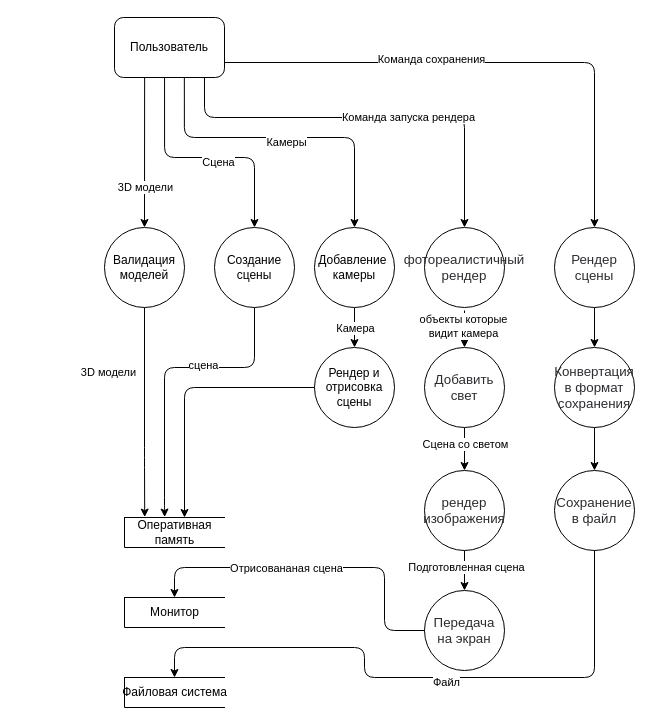
Above: scheme/DFD.drawio in Win-Dox/geekbrain (draw.io), before the change. Source tidied: cells renumbered, new cells numbered last; positions are measured from the earlier drawing's top-left corner, leaving out a move shared by most shapes. Both pictures are drawn from the tidied source at 100%, with x=0, y=0 at pixel (104, 17).
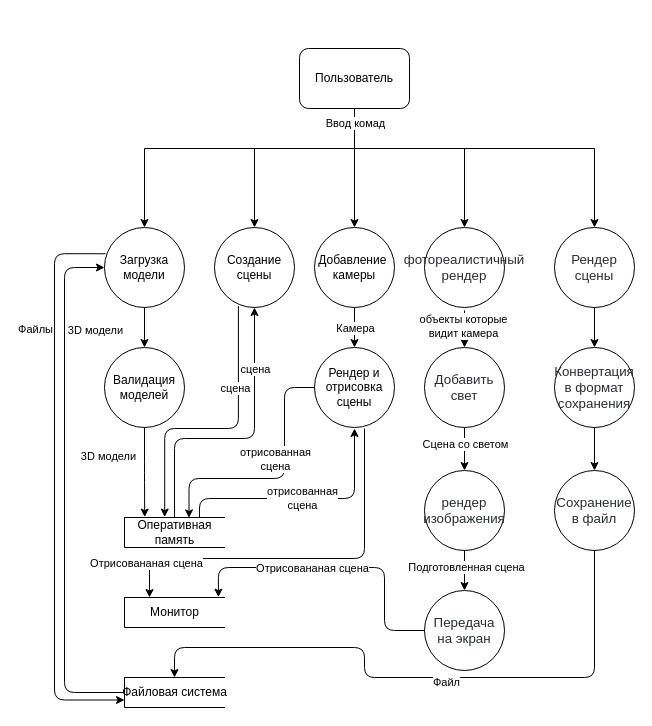
Above is the later version.

The change refers to these unchanged cells:
```xml
<mxCell id="6" value="Оперативная &lt;br&gt;память" style="html=1;dashed=0;whitespace=wrap;shape=partialRectangle;right=0;" parent="1" vertex="1">
  <mxGeometry x="20" y="500" width="100" height="30" as="geometry" />
</mxCell>
<mxCell id="9" value="Создание сцены" style="ellipse;whiteSpace=wrap;html=1;" parent="1" vertex="1">
  <mxGeometry x="110" y="210" width="80" height="80" as="geometry" />
</mxCell>
<mxCell id="16" value="Добавление&amp;nbsp;&lt;br&gt;камеры" style="ellipse;whiteSpace=wrap;html=1;" parent="1" vertex="1">
  <mxGeometry x="210" y="210" width="80" height="80" as="geometry" />
</mxCell>
<mxCell id="19" value="Рендер и отрисовка сцены" style="ellipse;whiteSpace=wrap;html=1;" parent="1" vertex="1">
  <mxGeometry x="210" y="330" width="80" height="80" as="geometry" />
</mxCell>
<mxCell id="21" value="&lt;span id=&quot;docs-internal-guid-ef79cbc3-7fff-ce16-20e4-2f86682c8ff4&quot;&gt;&lt;span style=&quot;font-size: 10pt ; font-family: &amp;#34;arial&amp;#34; ; color: rgb(44 , 45 , 48) ; background-color: transparent ; vertical-align: baseline&quot;&gt;фотореалистичный рендер&lt;/span&gt;&lt;/span&gt;" style="ellipse;whiteSpace=wrap;html=1;" parent="1" vertex="1">
  <mxGeometry x="320" y="210" width="80" height="80" as="geometry" />
</mxCell>
<mxCell id="30" value="&lt;font color=&quot;#2c2d30&quot; face=&quot;arial&quot;&gt;&lt;span style=&quot;font-size: 13.3333px&quot;&gt;Передача на экран&lt;/span&gt;&lt;/font&gt;" style="ellipse;whiteSpace=wrap;html=1;" parent="1" vertex="1">
  <mxGeometry x="320" y="573" width="80" height="80" as="geometry" />
</mxCell>
<mxCell id="33" value="Монитор" style="html=1;dashed=0;whitespace=wrap;shape=partialRectangle;right=0;" parent="1" vertex="1">
  <mxGeometry x="20" y="580" width="100" height="30" as="geometry" />
</mxCell>
<mxCell id="36" value="Файловая система" style="html=1;dashed=0;whitespace=wrap;shape=partialRectangle;right=0;" parent="1" vertex="1">
  <mxGeometry x="20" y="660" width="100" height="30" as="geometry" />
</mxCell>
<mxCell id="37" value="&lt;span id=&quot;docs-internal-guid-ef79cbc3-7fff-ce16-20e4-2f86682c8ff4&quot;&gt;&lt;span style=&quot;font-size: 10pt ; font-family: &amp;#34;arial&amp;#34; ; color: rgb(44 , 45 , 48) ; background-color: transparent ; vertical-align: baseline&quot;&gt;Рендер сцены&lt;/span&gt;&lt;/span&gt;" style="ellipse;whiteSpace=wrap;html=1;" parent="1" vertex="1">
  <mxGeometry x="450" y="210" width="80" height="80" as="geometry" />
</mxCell>
```

Change to the diagram source:
```diff
@@
     <mxCell id="2" value="Валидация моделей" style="ellipse;whiteSpace=wrap;html=1;" parent="1" vertex="1">
-      <mxGeometry y="210" width="80" height="80" as="geometry" />
+      <mxGeometry y="330" width="80" height="80" as="geometry" />
     </mxCell>
     <mxCell id="3" value="Пользователь" style="rounded=1;whiteSpace=wrap;html=1;" parent="1" vertex="1">
-      <mxGeometry x="10" width="110" height="60" as="geometry" />
+      <mxGeometry x="195" y="31" width="110" height="60" as="geometry" />
     </mxCell>
-    <mxCell id="4" style="endArrow=classic;html=1;entryX=0.5;entryY=0;entryDx=0;entryDy=0;exitX=0.274;exitY=1.003;exitDx=0;exitDy=0;exitPerimeter=0;" parent="1" edge="1" source="3" target="2">
-      <mxGeometry relative="1" as="geometry" />
-    </mxCell>
-    <mxCell id="5" value="3D модели" style="edgeLabel;html=1;align=center;verticalAlign=middle;" parent="4" vertex="1">
-      <mxGeometry x="-0.35" y="1" relative="1" as="geometry">
-        <mxPoint x="-1" y="60" as="offset" />
-      </mxGeometry>
-    </mxCell>
@@
-    <mxCell id="7" style="endArrow=classic;html=1;exitX=0.5;exitY=1;exitDx=0;exitDy=0;edgeStyle=orthogonalEdgeStyle;entryX=0.202;entryY=-0.014;entryDx=0;entryDy=0;entryPerimeter=0;" parent="1" edge="1" source="2" target="6">
-      <mxGeometry relative="1" as="geometry">
-        <Array as="points">
-          <mxPoint x="40" y="440" />
-        </Array>
-      </mxGeometry>
+    <mxCell id="7" style="endArrow=classic;html=1;edgeStyle=orthogonalEdgeStyle;entryX=0.202;entryY=-0.014;entryDx=0;entryDy=0;entryPerimeter=0;exitX=0.5;exitY=1;exitDx=0;exitDy=0;" parent="1" edge="1" source="2" target="6">
+      <mxGeometry relative="1" as="geometry" />
     </mxCell>
@@
-    <mxCell id="10" style="endArrow=classic;html=1;entryX=0.5;entryY=0;entryDx=0;entryDy=0;edgeStyle=orthogonalEdgeStyle;exitX=0.455;exitY=1;exitDx=0;exitDy=0;exitPerimeter=0;" parent="1" edge="1" source="3" target="9">
-      <mxGeometry relative="1" as="geometry">
-        <Array as="points">
-          <mxPoint x="60" y="140" />
-          <mxPoint x="150" y="140" />
-        </Array>
-      </mxGeometry>
-    </mxCell>
-    <mxCell id="11" value="Сцена" style="edgeLabel;html=1;align=center;verticalAlign=middle;" parent="10" vertex="1">
-      <mxGeometry x="0.1" y="-4" relative="1" as="geometry">
-        <mxPoint x="1" as="offset" />
-      </mxGeometry>
-    </mxCell>
-    <mxCell id="12" style="endArrow=classic;html=1;edgeStyle=orthogonalEdgeStyle;entryX=0.402;entryY=-0.015;entryDx=0;entryDy=0;entryPerimeter=0;" parent="1" edge="1" target="6">
+    <mxCell id="12" style="endArrow=classic;html=1;edgeStyle=orthogonalEdgeStyle;entryX=0.402;entryY=-0.015;entryDx=0;entryDy=0;entryPerimeter=0;exitX=0.299;exitY=0.982;exitDx=0;exitDy=0;exitPerimeter=0;" parent="1" edge="1" source="9" target="6">
       <mxGeometry relative="1" as="geometry">
-        <mxPoint x="150" y="290" as="sourcePoint" />
         <Array as="points">
-          <mxPoint x="150" y="350" />
-          <mxPoint x="60" y="350" />
-          <mxPoint x="60" y="490" />
+          <mxPoint x="134" y="411" />
+          <mxPoint x="60" y="411" />
         </Array>
       </mxGeometry>
     </mxCell>
     <mxCell id="13" value="сцена" style="edgeLabel;html=1;align=center;verticalAlign=middle;" parent="12" vertex="1">
-      <mxGeometry x="-0.25" y="-3" relative="1" as="geometry" />
+      <mxGeometry x="-0.25" y="-3" relative="1" as="geometry">
+        <mxPoint y="-25" as="offset" />
+      </mxGeometry>
     </mxCell>
@@
-    <mxCell id="17" style="endArrow=classic;html=1;exitX=0.635;exitY=1.008;exitDx=0;exitDy=0;entryX=0.5;entryY=0;entryDx=0;entryDy=0;edgeStyle=orthogonalEdgeStyle;exitPerimeter=0;" parent="1" edge="1" source="3" target="16">
-      <mxGeometry relative="1" as="geometry">
-        <Array as="points">
-          <mxPoint x="80" y="120" />
-          <mxPoint x="250" y="120" />
-        </Array>
-      </mxGeometry>
-    </mxCell>
-    <mxCell id="18" value="Камеры" style="edgeLabel;html=1;align=center;verticalAlign=middle;" parent="17" vertex="1">
-      <mxGeometry x="0.01" y="-4" relative="1" as="geometry" />
-    </mxCell>
@@
-    <mxCell id="20" style="endArrow=classic;html=1;exitX=0;exitY=0.5;exitDx=0;exitDy=0;edgeStyle=orthogonalEdgeStyle;" parent="1" edge="1" source="19">
+    <mxCell id="20" style="endArrow=classic;html=1;exitX=0;exitY=0.5;exitDx=0;exitDy=0;edgeStyle=orthogonalEdgeStyle;entryX=0.645;entryY=0.013;entryDx=0;entryDy=0;entryPerimeter=0;" parent="1" edge="1" source="19" target="6">
       <mxGeometry relative="1" as="geometry">
-        <mxPoint x="80" y="500" as="targetPoint" />
         <Array as="points">
-          <mxPoint x="80" y="370" />
-          <mxPoint x="80" y="500" />
+          <mxPoint x="180" y="370" />
+          <mxPoint x="180" y="461" />
+          <mxPoint x="85" y="461" />
+          <mxPoint x="85" y="500" />
         </Array>
       </mxGeometry>
     </mxCell>
+    <mxCell id="46" value="отрисованная&lt;br&gt;сцена" style="edgeLabel;html=1;align=center;verticalAlign=middle;" parent="20" vertex="1">
+      <mxGeometry x="-0.52" y="2" relative="1" as="geometry">
+        <mxPoint x="-12" y="40" as="offset" />
+      </mxGeometry>
+    </mxCell>
@@
-    <mxCell id="22" style="endArrow=classic;html=1;exitX=0.818;exitY=1;exitDx=0;exitDy=0;entryX=0.5;entryY=0;entryDx=0;entryDy=0;edgeStyle=orthogonalEdgeStyle;exitPerimeter=0;" parent="1" edge="1" source="3" target="21">
-      <mxGeometry relative="1" as="geometry">
-        <Array as="points">
-          <mxPoint x="100" y="100" />
-          <mxPoint x="360" y="100" />
-        </Array>
-      </mxGeometry>
-    </mxCell>
-    <mxCell id="23" value="Команда запуска рендера" style="edgeLabel;html=1;align=center;verticalAlign=middle;" parent="22" vertex="1">
-      <mxGeometry x="0.19" y="1" relative="1" as="geometry" />
-    </mxCell>
@@
-    <mxCell id="34" style="endArrow=classic;html=1;exitX=0;exitY=0.5;exitDx=0;exitDy=0;entryX=0.5;entryY=0;entryDx=0;entryDy=0;edgeStyle=orthogonalEdgeStyle;" parent="1" edge="1" source="30" target="33">
+    <mxCell id="34" style="endArrow=classic;html=1;exitX=0;exitY=0.5;exitDx=0;exitDy=0;entryX=0.939;entryY=-0.012;entryDx=0;entryDy=0;edgeStyle=orthogonalEdgeStyle;entryPerimeter=0;" parent="1" edge="1" source="30" target="33">
       <mxGeometry relative="1" as="geometry">
         <Array as="points">
           <mxPoint x="280" y="613" />
           <mxPoint x="280" y="550" />
-          <mxPoint x="70" y="550" />
+          <mxPoint x="114" y="550" />
         </Array>
       </mxGeometry>
     </mxCell>
@@
-    <mxCell id="38" style="endArrow=classic;html=1;exitX=1;exitY=0.75;exitDx=0;exitDy=0;entryX=0.5;entryY=0;entryDx=0;entryDy=0;edgeStyle=orthogonalEdgeStyle;" parent="1" edge="1" source="3" target="37">
-      <mxGeometry relative="1" as="geometry" />
-    </mxCell>
-    <mxCell id="39" value="Команда сохранения" style="edgeLabel;html=1;align=center;verticalAlign=middle;" parent="38" vertex="1">
-      <mxGeometry x="-0.23" y="4" relative="1" as="geometry" />
-    </mxCell>
@@
+    <mxCell id="17" style="endArrow=classic;html=1;exitX=0.5;exitY=1;exitDx=0;exitDy=0;entryX=0.5;entryY=0;entryDx=0;entryDy=0;" parent="1" edge="1" source="3" target="16">
+      <mxGeometry relative="1" as="geometry" />
+    </mxCell>
+    <mxCell id="47" value="Ввод комад" style="edgeLabel;html=1;align=center;verticalAlign=middle;" parent="17" vertex="1">
+      <mxGeometry x="-0.46" y="1" relative="1" as="geometry">
+        <mxPoint x="-1" y="-18" as="offset" />
+      </mxGeometry>
+    </mxCell>
+    <mxCell id="48" style="endArrow=none;html=1;" parent="1" edge="1">
+      <mxGeometry relative="1" as="geometry">
+        <mxPoint x="40" y="131" as="sourcePoint" />
+        <mxPoint x="490" y="131" as="targetPoint" />
+      </mxGeometry>
+    </mxCell>
+    <mxCell id="49" style="endArrow=classic;html=1;entryX=0.5;entryY=0;entryDx=0;entryDy=0;" parent="1" edge="1" target="53">
+      <mxGeometry relative="1" as="geometry">
+        <mxPoint x="40" y="131" as="sourcePoint" />
+      </mxGeometry>
+    </mxCell>
+    <mxCell id="50" style="endArrow=classic;html=1;entryX=0.5;entryY=0;entryDx=0;entryDy=0;" parent="1" edge="1" target="9">
+      <mxGeometry relative="1" as="geometry">
+        <mxPoint x="150" y="131" as="sourcePoint" />
+      </mxGeometry>
+    </mxCell>
+    <mxCell id="51" style="endArrow=classic;html=1;entryX=0.5;entryY=0;entryDx=0;entryDy=0;" parent="1" edge="1" target="21">
+      <mxGeometry relative="1" as="geometry">
+        <mxPoint x="360" y="131" as="sourcePoint" />
+      </mxGeometry>
+    </mxCell>
+    <mxCell id="52" style="endArrow=classic;html=1;entryX=0.5;entryY=0;entryDx=0;entryDy=0;" parent="1" edge="1" target="37">
+      <mxGeometry relative="1" as="geometry">
+        <mxPoint x="490" y="131" as="sourcePoint" />
+      </mxGeometry>
+    </mxCell>
+    <mxCell id="53" value="Загрузка модели" style="ellipse;whiteSpace=wrap;html=1;" parent="1" vertex="1">
+      <mxGeometry y="210" width="80" height="80" as="geometry" />
+    </mxCell>
+    <mxCell id="54" style="endArrow=classic;html=1;exitX=0;exitY=0.5;exitDx=0;exitDy=0;entryX=0;entryY=0.5;entryDx=0;entryDy=0;edgeStyle=orthogonalEdgeStyle;" parent="1" edge="1" source="36" target="53">
+      <mxGeometry relative="1" as="geometry">
+        <Array as="points">
+          <mxPoint x="-40" y="675" />
+          <mxPoint x="-40" y="250" />
+        </Array>
+      </mxGeometry>
+    </mxCell>
+    <mxCell id="5" value="3D модели" style="edgeLabel;html=1;align=center;verticalAlign=middle;" parent="54" vertex="1">
+      <mxGeometry x="0.67" y="2" relative="1" as="geometry">
+        <mxPoint x="32" y="15" as="offset" />
+      </mxGeometry>
+    </mxCell>
+    <mxCell id="55" style="endArrow=classic;html=1;exitX=0.013;exitY=0.328;exitDx=0;exitDy=0;exitPerimeter=0;entryX=0;entryY=0.75;entryDx=0;entryDy=0;edgeStyle=orthogonalEdgeStyle;" parent="1" edge="1" source="53" target="36">
+      <mxGeometry relative="1" as="geometry">
+        <Array as="points">
+          <mxPoint x="-50" y="236" />
+          <mxPoint x="-50" y="683" />
+        </Array>
+      </mxGeometry>
+    </mxCell>
+    <mxCell id="56" value="Файлы" style="edgeLabel;html=1;align=center;verticalAlign=middle;" parent="55" vertex="1">
+      <mxGeometry x="-0.48" y="2" relative="1" as="geometry">
+        <mxPoint x="-22" y="-22" as="offset" />
+      </mxGeometry>
+    </mxCell>
+    <mxCell id="57" style="endArrow=classic;html=1;exitX=0.5;exitY=1;exitDx=0;exitDy=0;entryX=0.5;entryY=0;entryDx=0;entryDy=0;" parent="1" edge="1" source="53" target="2">
+      <mxGeometry relative="1" as="geometry" />
+    </mxCell>
+    <mxCell id="58" style="endArrow=classic;html=1;entryX=0.5;entryY=1;entryDx=0;entryDy=0;exitX=0.5;exitY=0;exitDx=0;exitDy=0;edgeStyle=orthogonalEdgeStyle;" parent="1" edge="1" source="6" target="9">
+      <mxGeometry relative="1" as="geometry">
+        <Array as="points">
+          <mxPoint x="70" y="421" />
+          <mxPoint x="150" y="421" />
+        </Array>
+      </mxGeometry>
+    </mxCell>
+    <mxCell id="59" value="сцена" style="edgeLabel;html=1;align=center;verticalAlign=middle;" parent="58" vertex="1">
+      <mxGeometry x="0.71" relative="1" as="geometry">
+        <mxPoint y="19" as="offset" />
+      </mxGeometry>
+    </mxCell>
+    <mxCell id="60" value="&lt;span style=&quot;color: rgb(0, 0, 0); font-family: helvetica; font-size: 11px; font-style: normal; font-weight: 400; letter-spacing: normal; text-align: center; text-indent: 0px; text-transform: none; word-spacing: 0px; background-color: rgb(255, 255, 255); display: inline; float: none;&quot;&gt;отрисованная&lt;/span&gt;&lt;br style=&quot;color: rgb(0, 0, 0); font-family: helvetica; font-size: 11px; font-style: normal; font-weight: 400; letter-spacing: normal; text-align: center; text-indent: 0px; text-transform: none; word-spacing: 0px;&quot;&gt;&lt;span style=&quot;color: rgb(0, 0, 0); font-family: helvetica; font-size: 11px; font-style: normal; font-weight: 400; letter-spacing: normal; text-align: center; text-indent: 0px; text-transform: none; word-spacing: 0px; background-color: rgb(255, 255, 255); display: inline; float: none;&quot;&gt;сцена&lt;/span&gt;" style="endArrow=classic;html=1;exitX=0.75;exitY=0;exitDx=0;exitDy=0;edgeStyle=orthogonalEdgeStyle;" parent="1" edge="1" source="6">
+      <mxGeometry relative="1" as="geometry">
+        <mxPoint x="250" y="411" as="targetPoint" />
+        <Array as="points">
+          <mxPoint x="95" y="481" />
+          <mxPoint x="250" y="481" />
+        </Array>
+      </mxGeometry>
+    </mxCell>
+    <mxCell id="61" style="endArrow=classic;html=1;exitX=0.625;exitY=1.012;exitDx=0;exitDy=0;exitPerimeter=0;entryX=0.25;entryY=0;entryDx=0;entryDy=0;edgeStyle=orthogonalEdgeStyle;" parent="1" edge="1" source="19" target="33">
+      <mxGeometry relative="1" as="geometry">
+        <Array as="points">
+          <mxPoint x="260" y="541" />
+          <mxPoint x="45" y="541" />
+        </Array>
+      </mxGeometry>
+    </mxCell>
+    <mxCell id="62" value="Отрисовананая сцена" style="edgeLabel;html=1;align=center;verticalAlign=middle;" parent="61" vertex="1">
+      <mxGeometry x="0.6" y="4" relative="1" as="geometry">
+        <mxPoint x="-42" as="offset" />
+      </mxGeometry>
+    </mxCell>
```
